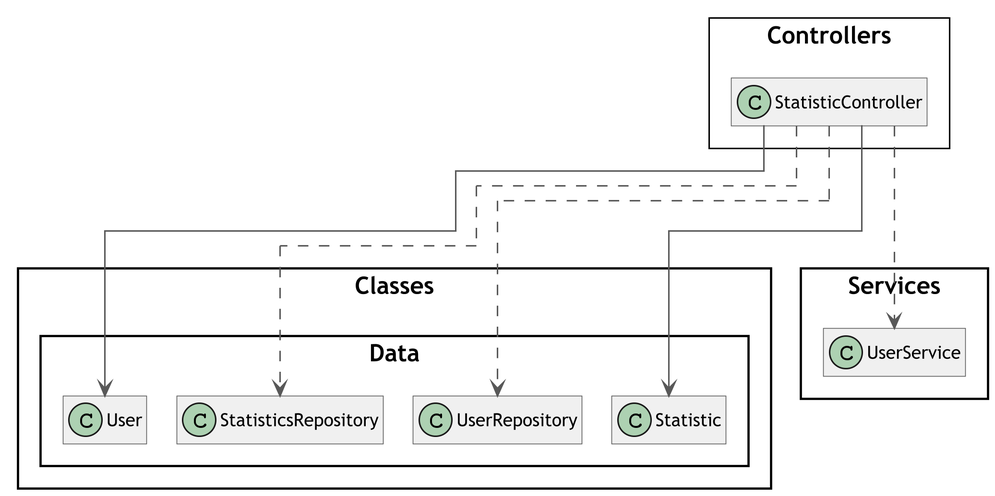
The PlantUML diagram NEA-Final/Writeup/Design/Class Diagrams/Backend/Controllers/StatisticController.png in connormcharg/school-work, before a commit. Its diagram source:
```plantuml
@startuml StatisticController
skinparam classAttributeIconSize 0
skinparam classFontSize 16
skinparam classFontName Trebuchet MS
skinparam classBackgroundColor #F0F0F0
skinparam classBorderColor #585858
skinparam classArrowColor #585858
skinparam wrapWidth 400
skinparam RoundCorner 0
skinparam DefaultFontName Trebuchet MS
skinparam DefaultFontSize 16
skinparam ClassFontSize 16
skinparam TitleFontSize 20
skinparam ClassAttributeFontSize 12
skinparam ClassStereotypeFontSize 10
skinparam ArrowFontSize 10
skinparam Dpi 300
skinparam svgAntiAlias true
skinparam Linetype ortho
skinparam Nodesep 50
skinparam ranksep 75
skinparam groupInheritance 2
skinparam packageStyle Rectangle
!pragma layout elk

left to right direction

package Controllers <<Rectangle>> {
    class StatisticController
}

StatisticController ..> Classes.Data.StatisticsRepository
StatisticController ..> Classes.Data.UserRepository
StatisticController ..> Services.UserService
StatisticController --> Classes.Data.User
StatisticController --> Classes.Data.Statistic

hide members
@enduml
```
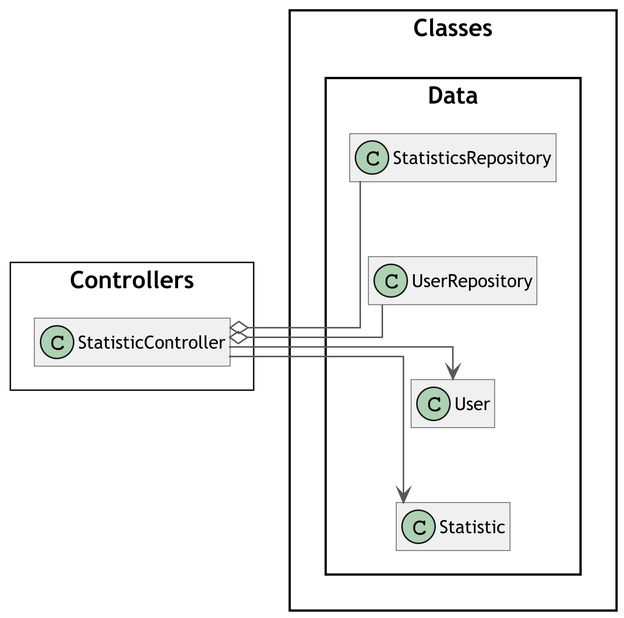
Later version of the same file.

The edit, as a diff of the source:
```diff
@@ -21,7 +21,6 @@
 skinparam ranksep 75
 skinparam groupInheritance 2
 skinparam packageStyle Rectangle
-!pragma layout elk
 
 left to right direction
 
@@ -29,9 +28,8 @@
     class StatisticController
 }
 
-StatisticController ..> Classes.Data.StatisticsRepository
-StatisticController ..> Classes.Data.UserRepository
-StatisticController ..> Services.UserService
+StatisticController o-- Classes.Data.StatisticsRepository
+StatisticController o-- Classes.Data.UserRepository
 StatisticController --> Classes.Data.User
 StatisticController --> Classes.Data.Statistic
 
```
